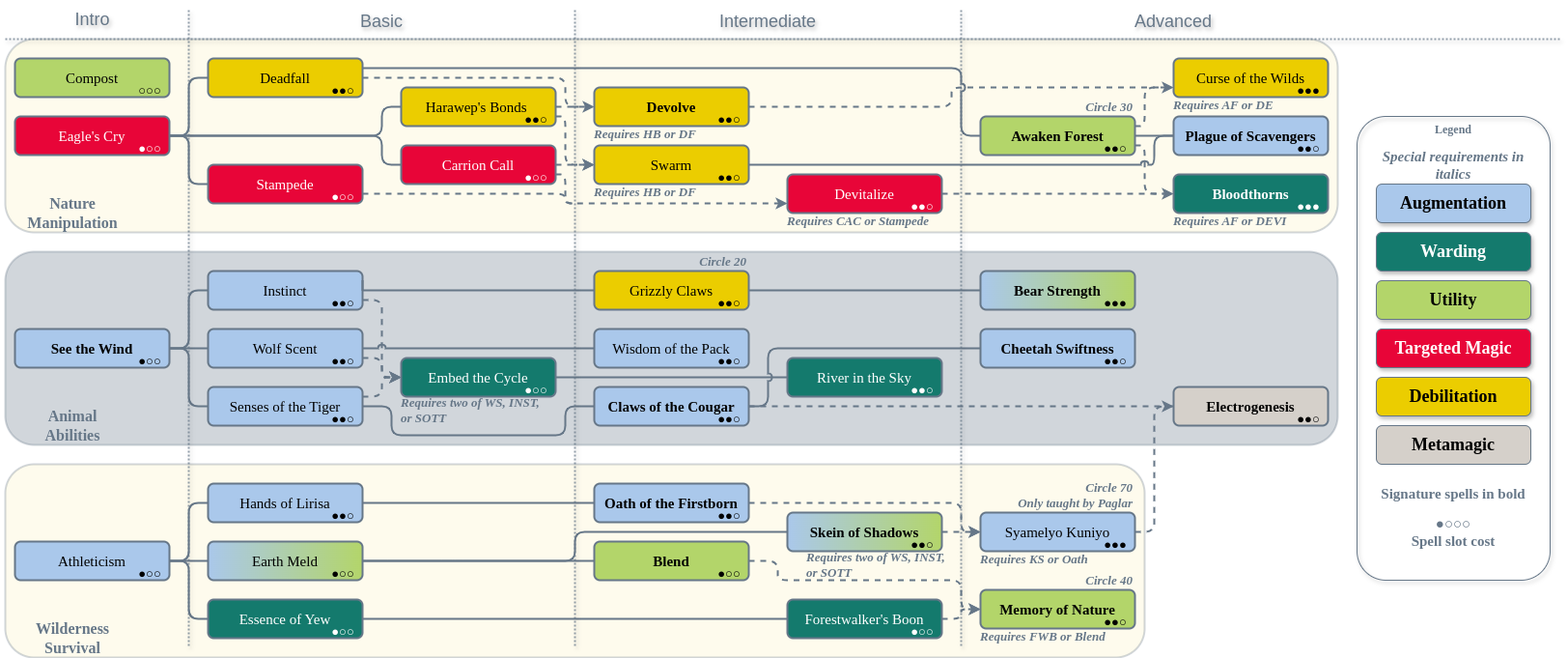
Above: Ranger/Ranger.png in MahtraDR/dr-spell-trees (draw.io), before the change. Source tidied: cells renumbered, new cells last; positions are measured from the earlier drawing's top-left corner, leaving out a move shared by most shapes.
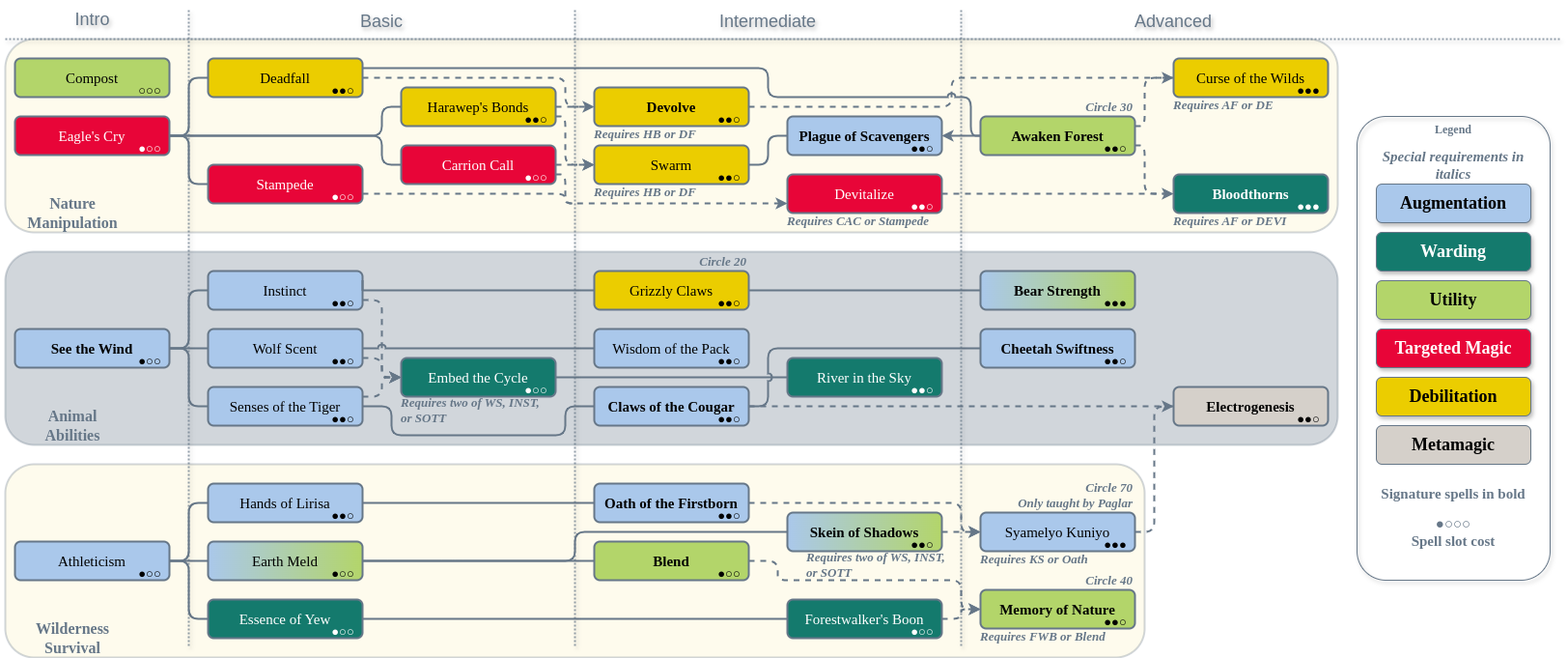
Later version of the same file.

Diff of the diagram source:
```diff
@@ -21,11 +21,11 @@
       <mxGeometry y="200" width="140" height="40" as="geometry" />
     </mxCell>
     <mxCell id="8" value="Shapes and Lines" parent="0" />
-    <mxCell id="9" style="edgeStyle=orthogonalEdgeStyle;shape=connector;curved=0;rounded=1;jettySize=auto;html=1;exitX=1;exitY=0.5;exitDx=0;exitDy=0;entryX=0;entryY=0.75;entryDx=0;entryDy=0;strokeColor=#667788;strokeWidth=2;align=center;verticalAlign=middle;fontFamily=Helvetica;fontSize=15;fontColor=default;labelBackgroundColor=none;endArrow=none;endFill=0;dashed=1;jumpStyle=arc;" parent="8" edge="1" source="28" target="35">
+    <mxCell id="9" style="edgeStyle=orthogonalEdgeStyle;shape=connector;curved=0;rounded=1;jettySize=auto;html=1;exitX=1;exitY=0.5;exitDx=0;exitDy=0;entryX=0;entryY=0.5;entryDx=0;entryDy=0;strokeColor=#667788;strokeWidth=2;align=center;verticalAlign=middle;fontFamily=Helvetica;fontSize=15;fontColor=default;labelBackgroundColor=none;endArrow=none;endFill=0;dashed=1;jumpStyle=arc;" parent="8" edge="1" source="28" target="35">
       <mxGeometry relative="1" as="geometry">
         <Array as="points">
           <mxPoint x="980" y="110" />
-          <mxPoint x="980" y="90" />
+          <mxPoint x="980" y="80" />
         </Array>
       </mxGeometry>
     </mxCell>
@@ -126,7 +126,7 @@
         </Array>
       </mxGeometry>
     </mxCell>
-    <mxCell id="25" value="Harawep's Bonds " style="rounded=1;whiteSpace=wrap;strokeWidth=2;strokeColor=#667788;textShadow=0;labelBackgroundColor=none;fontSize=15;fontFamily=Georgia;fillColor=#EBCD00;" parent="8" vertex="1">
+    <mxCell id="25" value="Harawep's Bonds" style="rounded=1;whiteSpace=wrap;strokeWidth=2;strokeColor=#667788;textShadow=0;labelBackgroundColor=none;fontSize=15;fontFamily=Georgia;fillColor=#EBCD00;" parent="8" vertex="1">
       <mxGeometry x="410" y="90" width="160" height="40" as="geometry" />
     </mxCell>
     <mxCell id="26" style="edgeStyle=orthogonalEdgeStyle;shape=connector;curved=0;rounded=1;jettySize=auto;html=1;exitX=1;exitY=0.5;exitDx=0;exitDy=0;entryX=0;entryY=0.5;entryDx=0;entryDy=0;strokeColor=#667788;strokeWidth=2;align=center;verticalAlign=middle;fontFamily=Helvetica;fontSize=15;fontColor=default;labelBackgroundColor=none;endArrow=classic;endFill=1;jumpStyle=arc;dashed=1;" parent="8" edge="1" source="27" target="34">
@@ -138,26 +138,26 @@
     <mxCell id="28" value="Devolve" style="rounded=1;whiteSpace=wrap;strokeWidth=2;strokeColor=#667788;textShadow=0;labelBackgroundColor=none;fontSize=15;fontFamily=Georgia;fontStyle=1;fillColor=#EBCD00;" parent="8" vertex="1">
       <mxGeometry x="610" y="90" width="160" height="40" as="geometry" />
     </mxCell>
-    <mxCell id="29" style="edgeStyle=orthogonalEdgeStyle;shape=connector;curved=0;rounded=1;jettySize=auto;html=1;exitX=1;exitY=0.5;exitDx=0;exitDy=0;entryX=0;entryY=0.5;entryDx=0;entryDy=0;strokeColor=#667788;strokeWidth=2;align=center;verticalAlign=middle;fontFamily=Helvetica;fontSize=15;fontColor=default;labelBackgroundColor=none;endArrow=none;endFill=0;jumpStyle=arc;" parent="8" edge="1" source="30" target="36">
+    <mxCell id="29" style="edgeStyle=orthogonalEdgeStyle;rounded=1;jettySize=auto;html=1;exitX=1;exitY=0.5;exitDx=0;exitDy=0;entryX=0;entryY=0.5;entryDx=0;entryDy=0;strokeColor=#667788;strokeWidth=2;align=center;verticalAlign=middle;fontFamily=Helvetica;fontSize=15;fontColor=default;labelBackgroundColor=none;jumpStyle=arc;endArrow=none;endFill=0;curved=0;" parent="8" edge="1" source="30" target="36">
       <mxGeometry relative="1" as="geometry">
         <Array as="points">
-          <mxPoint x="1190" y="170" />
-          <mxPoint x="1190" y="140" />
+          <mxPoint x="790" y="170" />
+          <mxPoint x="790" y="140" />
         </Array>
       </mxGeometry>
     </mxCell>
     <mxCell id="30" value="Swarm" style="rounded=1;whiteSpace=wrap;strokeWidth=2;strokeColor=#667788;textShadow=0;labelBackgroundColor=none;fontSize=15;fontFamily=Georgia;fillColor=#EBCD00;" parent="8" vertex="1">
       <mxGeometry x="610" y="150" width="160" height="40" as="geometry" />
     </mxCell>
-    <mxCell id="31" style="edgeStyle=orthogonalEdgeStyle;shape=connector;curved=0;rounded=1;jettySize=auto;html=1;exitX=1;exitY=0.25;exitDx=0;exitDy=0;entryX=0;entryY=0.75;entryDx=0;entryDy=0;strokeColor=#667788;strokeWidth=2;align=center;verticalAlign=middle;fontFamily=Helvetica;fontSize=15;fontColor=default;labelBackgroundColor=none;endArrow=classic;endFill=1;dashed=1;jumpStyle=arc;" parent="8" edge="1" source="33" target="35">
+    <mxCell id="31" style="edgeStyle=orthogonalEdgeStyle;shape=connector;curved=0;rounded=1;jettySize=auto;html=1;exitX=1;exitY=0.25;exitDx=0;exitDy=0;entryX=0;entryY=0.5;entryDx=0;entryDy=0;strokeColor=#667788;strokeWidth=2;align=center;verticalAlign=middle;fontFamily=Helvetica;fontSize=15;fontColor=default;labelBackgroundColor=none;endArrow=classic;endFill=1;dashed=1;jumpStyle=arc;" parent="8" edge="1" source="33" target="35">
       <mxGeometry relative="1" as="geometry">
         <Array as="points">
           <mxPoint x="1180" y="130" />
-          <mxPoint x="1180" y="90" />
+          <mxPoint x="1180" y="80" />
         </Array>
       </mxGeometry>
     </mxCell>
-    <mxCell id="32" style="edgeStyle=orthogonalEdgeStyle;shape=connector;curved=0;rounded=1;jettySize=auto;html=1;exitX=1;exitY=0.5;exitDx=0;exitDy=0;entryX=0;entryY=0.5;entryDx=0;entryDy=0;strokeColor=#667788;strokeWidth=2;align=center;verticalAlign=middle;fontFamily=Helvetica;fontSize=15;fontColor=default;labelBackgroundColor=none;endArrow=none;endFill=0;jumpStyle=arc;" parent="8" edge="1" source="33" target="36">
+    <mxCell id="32" style="edgeStyle=orthogonalEdgeStyle;rounded=1;jettySize=auto;html=1;exitX=0;exitY=0.5;exitDx=0;exitDy=0;entryX=1;entryY=0.5;entryDx=0;entryDy=0;strokeColor=#667788;strokeWidth=2;align=center;verticalAlign=middle;fontFamily=Helvetica;fontSize=15;fontColor=default;labelBackgroundColor=none;jumpStyle=arc;endArrow=classic;endFill=1;curved=0;" parent="8" edge="1" source="33" target="36">
       <mxGeometry relative="1" as="geometry" />
     </mxCell>
     <mxCell id="33" value="Awaken Forest" style="rounded=1;whiteSpace=wrap;strokeWidth=2;strokeColor=#667788;textShadow=0;labelBackgroundColor=none;fontSize=15;fontFamily=Georgia;fontStyle=1;fillColor=#B3D56A;" parent="8" vertex="1">
@@ -170,7 +170,7 @@
       <mxGeometry x="1210" y="60" width="160" height="40" as="geometry" />
     </mxCell>
     <mxCell id="36" value="Plague of Scavengers" style="rounded=1;whiteSpace=wrap;strokeWidth=2;strokeColor=#667788;textShadow=0;labelBackgroundColor=none;fontSize=15;fontFamily=Georgia;align=center;verticalAlign=middle;fontStyle=1;fillColor=#AAC8EB;" parent="8" vertex="1">
-      <mxGeometry x="1210" y="120" width="160" height="40" as="geometry" />
+      <mxGeometry x="810" y="120" width="160" height="40" as="geometry" />
     </mxCell>
     <mxCell id="37" style="edgeStyle=orthogonalEdgeStyle;shape=connector;curved=0;rounded=1;jettySize=auto;html=1;exitX=1;exitY=0.5;exitDx=0;exitDy=0;entryX=0;entryY=0.5;entryDx=0;entryDy=0;strokeColor=#667788;strokeWidth=2;align=center;verticalAlign=middle;fontFamily=Helvetica;fontSize=15;fontColor=default;labelBackgroundColor=none;endArrow=none;endFill=0;jumpStyle=arc;" parent="8" edge="1" source="40" target="50">
       <mxGeometry relative="1" as="geometry" />
@@ -341,20 +341,13 @@
     <mxCell id="85" style="edgeStyle=orthogonalEdgeStyle;shape=connector;curved=0;rounded=1;jettySize=auto;html=1;exitX=1;exitY=0.25;exitDx=0;exitDy=0;entryX=0;entryY=0.5;entryDx=0;entryDy=0;strokeColor=#667788;strokeWidth=2;align=center;verticalAlign=middle;fontFamily=Helvetica;fontSize=15;fontColor=default;labelBackgroundColor=none;endArrow=none;endFill=0;jumpStyle=arc;" parent="8" edge="1" source="22" target="33">
       <mxGeometry relative="1" as="geometry">
         <Array as="points">
-          <mxPoint x="990" y="70" />
-          <mxPoint x="990" y="140" />
+          <mxPoint x="790" y="70" />
+          <mxPoint x="790" y="100" />
+          <mxPoint x="1000" y="100" />
+          <mxPoint x="1000" y="140" />
         </Array>
       </mxGeometry>
     </mxCell>
-    <mxCell id="86" value="Requires CAC or Stampede" style="text;align=left;verticalAlign=top;strokeColor=none;fillColor=none;fontFamily=Georgia;fontSize=13;fontColor=#667788;labelBackgroundColor=none;spacing=0;spacingBottom=0;spacingTop=-4;fontStyle=3;" parent="8" vertex="1">
-      <mxGeometry x="810" y="220" width="160" height="20" as="geometry" />
-    </mxCell>
-    <mxCell id="87" value="Requires AF or DE" style="text;align=left;verticalAlign=top;strokeColor=none;fillColor=none;fontFamily=Georgia;fontSize=13;fontColor=#667788;labelBackgroundColor=none;spacing=0;spacingBottom=0;spacingTop=-4;fontStyle=3;" parent="8" vertex="1">
-      <mxGeometry x="1210" y="100" width="120" height="20" as="geometry" />
-    </mxCell>
-    <mxCell id="88" value="Requires AF or DEVI" style="text;align=left;verticalAlign=top;strokeColor=none;fillColor=none;fontFamily=Georgia;fontSize=13;fontColor=#667788;labelBackgroundColor=none;spacing=0;spacingBottom=0;spacingTop=-4;fontStyle=3;" parent="8" vertex="1">
-      <mxGeometry x="1210" y="220" width="130" height="20" as="geometry" />
-    </mxCell>
     <mxCell id="89" style="edgeStyle=orthogonalEdgeStyle;shape=connector;curved=0;rounded=1;jettySize=auto;html=1;entryX=0;entryY=0.5;entryDx=0;entryDy=0;strokeColor=#667788;strokeWidth=2;align=center;verticalAlign=middle;fontFamily=Helvetica;fontSize=15;fontColor=default;labelBackgroundColor=none;endArrow=none;endFill=0;jumpStyle=arc;exitX=1;exitY=0.5;exitDx=0;exitDy=0;" parent="8" edge="1" source="47" target="53">
       <mxGeometry relative="1" as="geometry">
         <Array as="points">
@@ -365,18 +358,9 @@
         </Array>
       </mxGeometry>
     </mxCell>
-    <mxCell id="90" value="Requires two of WS, INST, &#10;or SOTT" style="text;align=left;verticalAlign=middle;strokeColor=none;fillColor=none;fontFamily=Georgia;fontSize=13;fontColor=#667788;labelBackgroundColor=none;spacing=0;spacingBottom=0;spacingTop=-4;fontStyle=3;" parent="8" vertex="1">
-      <mxGeometry x="410" y="410" width="170" height="30" as="geometry" />
-    </mxCell>
-    <mxCell id="91" value="Requires two of WS, INST, &#10;or SOTT" style="text;align=left;verticalAlign=middle;strokeColor=none;fillColor=none;fontFamily=Georgia;fontSize=13;fontColor=#667788;labelBackgroundColor=none;spacing=0;spacingBottom=0;spacingTop=-4;fontStyle=3;" parent="8" vertex="1">
-      <mxGeometry x="830" y="570" width="170" height="30" as="geometry" />
-    </mxCell>
     <mxCell id="92" value="Requires KS or Oath" style="text;align=left;verticalAlign=top;strokeColor=none;fillColor=none;fontFamily=Georgia;fontSize=13;fontColor=#667788;labelBackgroundColor=none;spacing=0;spacingBottom=0;spacingTop=-4;fontStyle=3;" parent="8" vertex="1">
       <mxGeometry x="1010" y="570" width="130" height="20" as="geometry" />
     </mxCell>
-    <mxCell id="93" value="Requires FWB or Blend" style="text;align=left;verticalAlign=top;strokeColor=none;fillColor=none;fontFamily=Georgia;fontSize=13;fontColor=#667788;labelBackgroundColor=none;spacing=0;spacingBottom=0;spacingTop=-4;fontStyle=3;" parent="8" vertex="1">
-      <mxGeometry x="1010" y="650" width="150" height="20" as="geometry" />
-    </mxCell>
     <mxCell id="94" parent="0" />
     <mxCell id="95" style="html=1;rounded=0;strokeWidth=2;endArrow=none;endFill=0;dashed=1;labelBackgroundColor=none;shadow=1;fontColor=default;strokeColor=#667788;opacity=70;dashPattern=1 1;" parent="94" edge="1">
       <mxGeometry relative="1" as="geometry">
@@ -494,7 +478,7 @@
       <mxGeometry x="1130" y="140" width="40" height="20" as="geometry" />
     </mxCell>
     <mxCell id="130" value="●●○" style="text;align=center;verticalAlign=middle;rounded=0;fontFamily=Helvetica;fontSize=13;fontColor=default;labelBackgroundColor=none;spacing=0;spacingTop=0;spacingBottom=-5;fillColor=none;" parent="113" vertex="1">
-      <mxGeometry x="1330" y="140" width="40" height="20" as="geometry" />
+      <mxGeometry x="930" y="140" width="40" height="20" as="geometry" />
     </mxCell>
     <mxCell id="131" value="●●○" style="text;align=center;verticalAlign=middle;rounded=0;fontFamily=Helvetica;fontSize=13;fontColor=default;labelBackgroundColor=none;spacing=0;spacingTop=0;spacingBottom=-5;fillColor=none;" parent="113" vertex="1">
       <mxGeometry x="330" y="300" width="40" height="20" as="geometry" />
@@ -570,6 +554,24 @@
     <mxCell id="156" value="Requires HB or DF" style="text;align=left;verticalAlign=top;strokeColor=none;fillColor=none;fontFamily=Georgia;fontSize=13;fontColor=#667788;labelBackgroundColor=none;spacing=0;spacingBottom=0;spacingTop=-4;fontStyle=3;" parent="154" vertex="1">
       <mxGeometry x="610" y="190" width="120" height="20" as="geometry" />
     </mxCell>
+    <mxCell id="93" value="Requires FWB or Blend" style="text;align=left;verticalAlign=top;strokeColor=none;fillColor=none;fontFamily=Georgia;fontSize=13;fontColor=#667788;labelBackgroundColor=none;spacing=0;spacingBottom=0;spacingTop=-4;fontStyle=3;" parent="154" vertex="1">
+      <mxGeometry x="1010" y="650" width="150" height="20" as="geometry" />
+    </mxCell>
+    <mxCell id="91" value="Requires two of WS, INST, &#10;or SOTT" style="text;align=left;verticalAlign=middle;strokeColor=none;fillColor=none;fontFamily=Georgia;fontSize=13;fontColor=#667788;labelBackgroundColor=none;spacing=0;spacingBottom=0;spacingTop=-4;fontStyle=3;" parent="154" vertex="1">
+      <mxGeometry x="830" y="570" width="170" height="30" as="geometry" />
+    </mxCell>
+    <mxCell id="90" value="Requires two of WS, INST, &#10;or SOTT" style="text;align=left;verticalAlign=middle;strokeColor=none;fillColor=none;fontFamily=Georgia;fontSize=13;fontColor=#667788;labelBackgroundColor=none;spacing=0;spacingBottom=0;spacingTop=-4;fontStyle=3;" parent="154" vertex="1">
+      <mxGeometry x="410" y="410" width="170" height="30" as="geometry" />
+    </mxCell>
+    <mxCell id="86" value="Requires CAC or Stampede" style="text;align=left;verticalAlign=top;strokeColor=none;fillColor=none;fontFamily=Georgia;fontSize=13;fontColor=#667788;labelBackgroundColor=none;spacing=0;spacingBottom=0;spacingTop=-4;fontStyle=3;" parent="154" vertex="1">
+      <mxGeometry x="810" y="220" width="160" height="20" as="geometry" />
+    </mxCell>
+    <mxCell id="88" value="Requires AF or DEVI" style="text;align=left;verticalAlign=top;strokeColor=none;fillColor=none;fontFamily=Georgia;fontSize=13;fontColor=#667788;labelBackgroundColor=none;spacing=0;spacingBottom=0;spacingTop=-4;fontStyle=3;" parent="154" vertex="1">
+      <mxGeometry x="1210" y="220" width="130" height="20" as="geometry" />
+    </mxCell>
+    <mxCell id="87" value="Requires AF or DE" style="text;align=left;verticalAlign=top;strokeColor=none;fillColor=none;fontFamily=Georgia;fontSize=13;fontColor=#667788;labelBackgroundColor=none;spacing=0;spacingBottom=0;spacingTop=-4;fontStyle=3;" parent="154" vertex="1">
+      <mxGeometry x="1210" y="100" width="120" height="20" as="geometry" />
+    </mxCell>
     <mxCell id="157" value="Transparency" parent="0" />
   </root>
 </mxGraphModel>
```
